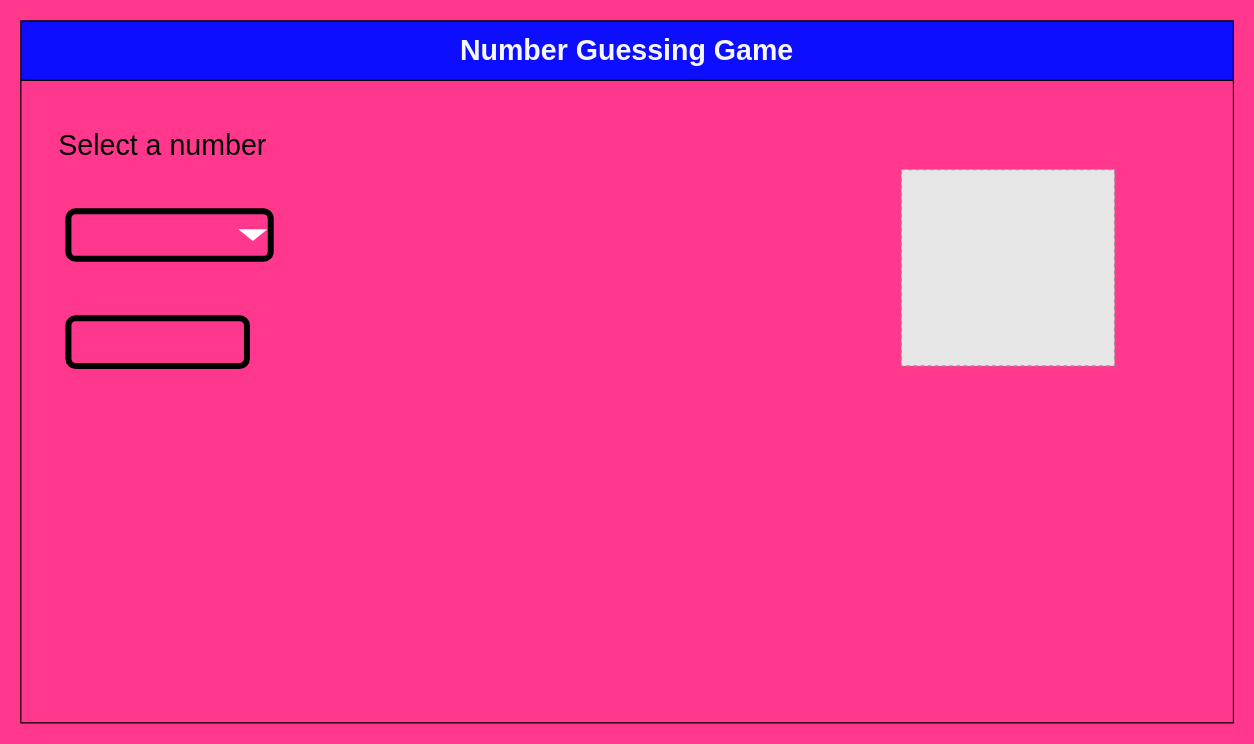
Earlier version of the draw.io diagram design/storyboard.drawio (MTHS-ICD2O-1-2023/ICD2O-Unit-5-01-nathan-desilva). Source tidied: cells renumbered, new cells numbered last; positions are measured from the earlier drawing's top-left corner, leaving out a move shared by most shapes. Both pictures are drawn from the tidied source at 119%, with x=0, y=0 at pixel (20, 20). Pictures stored in the file or linked from it are replaced by grey dashed boxes.
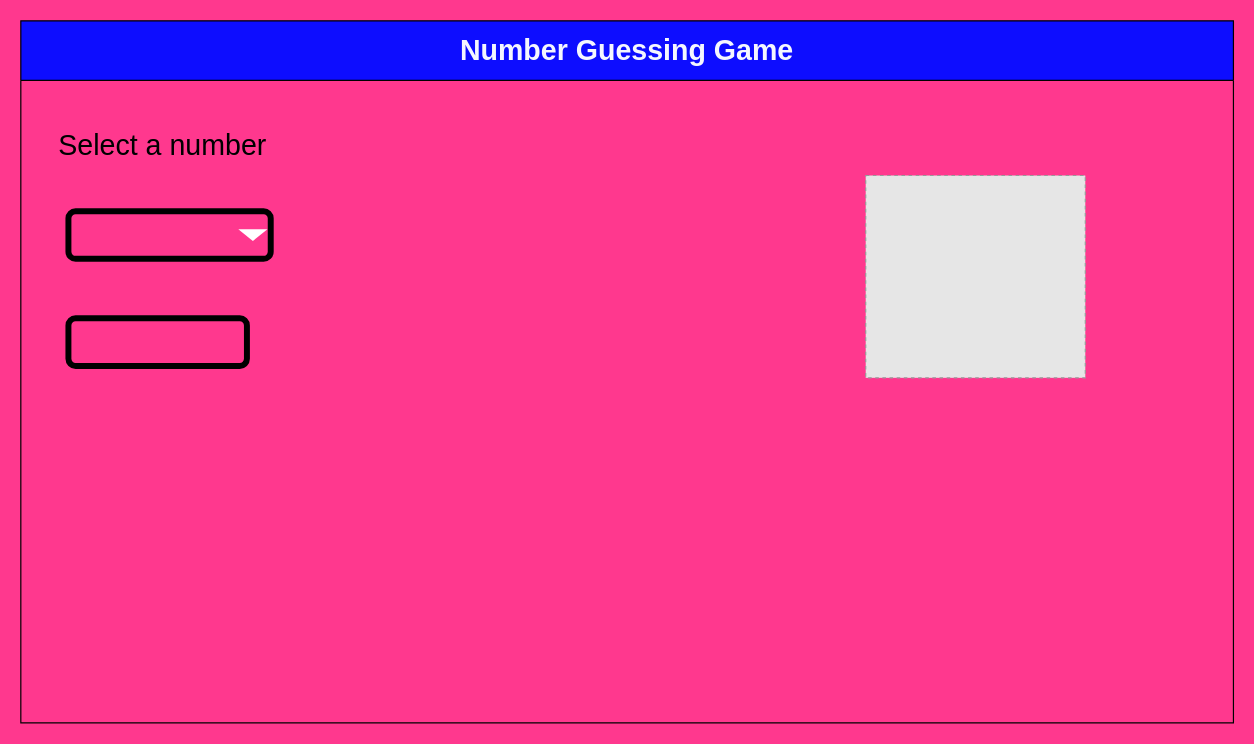
The same page after the edit.

The edit, as a diff of the source:
```diff
@@
 <mxGraphModel background="#FF388E">
   <root>
     <mxCell id="0" />
     <mxCell id="1" parent="0" />
     <mxCell id="2" value="&lt;font color=&quot;#f5f7ff&quot; style=&quot;font-size: 24px;&quot;&gt;Number Guessing Game&lt;/font&gt;" style="swimlane;whiteSpace=wrap;html=1;startSize=50;fillColor=#0D0DFF;" parent="1" vertex="1">
       <mxGeometry width="1019" height="590" as="geometry" />
     </mxCell>
     <mxCell id="3" value="Select a number" style="text;html=1;align=left;verticalAlign=middle;strokeColor=none;fillColor=none;fontSize=24;fontColor=#000000;" parent="2" vertex="1">
       <mxGeometry x="30" y="85" width="200" height="40" as="geometry" />
     </mxCell>
     <mxCell id="4" style="rounded=1;whiteSpace=wrap;html=1;fontFamily=Helvetica;fontSize=24;fontColor=#000000;fillColor=none;strokeWidth=5;strokeColor=#000000;" parent="2" vertex="1">
       <mxGeometry x="40" y="160" width="170" height="40" as="geometry" />
     </mxCell>
     <mxCell id="5" style="rounded=1;whiteSpace=wrap;html=1;fontFamily=Helvetica;fontSize=24;fontColor=#000000;fillColor=none;strokeWidth=5;strokeColor=#000000;" parent="2" vertex="1">
       <mxGeometry x="40" y="250" width="150" height="40" as="geometry" />
     </mxCell>
     <mxCell id="6" style="triangle;whiteSpace=wrap;html=1;rotation=90;strokeColor=none;" parent="2" vertex="1">
       <mxGeometry x="190" y="167.8" width="10" height="24.5" as="geometry" />
     </mxCell>
-    <mxCell id="7" style="fillColor=#E6E6E6;strokeColor=#999999;dashed=1;verticalLabelPosition=bottom;labelBackgroundColor=default;verticalAlign=top;" parent="2" vertex="1">
-      <mxGeometry x="740" y="125" width="179.1" height="165" as="geometry" />
-    </mxCell>
+    <mxCell id="8" style="fillColor=#E6E6E6;strokeColor=#999999;dashed=1;verticalLabelPosition=bottom;labelBackgroundColor=default;verticalAlign=top;" parent="2" vertex="1">
+      <mxGeometry x="710" y="130" width="184.5" height="170" as="geometry" />
+    </mxCell>
   </root>
 </mxGraphModel>
```
